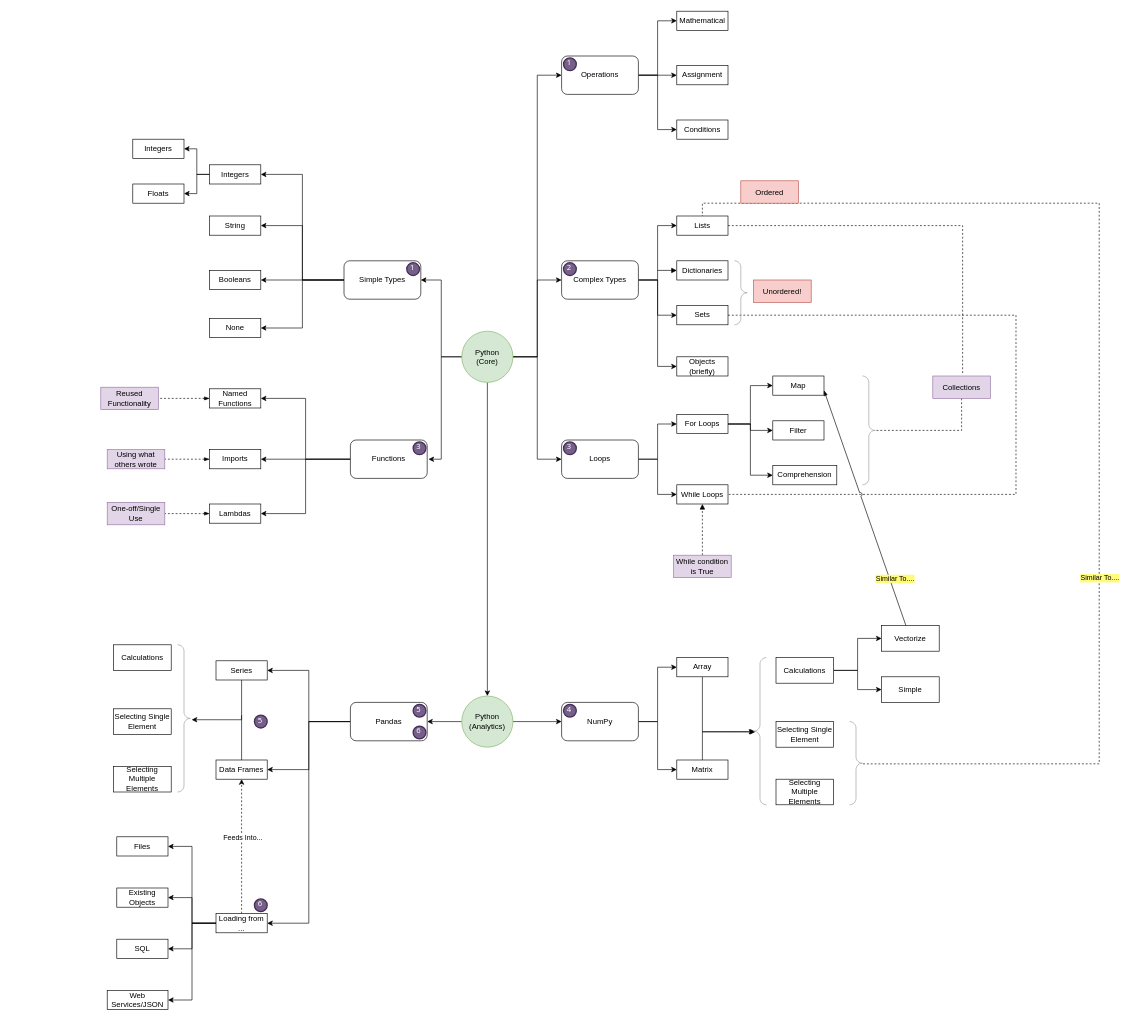
Earlier version of the draw.io diagram Notebooks/01-Core/05-Lecture.WhatCovered.drawio (TheDarkTrumpet/BAIS-6040-0EXP-Sum2021). Source tidied: cells renumbered, new cells numbered last; positions are measured from the earlier drawing's top-left corner, leaving out a move shared by most shapes. Both pictures are drawn from the tidied source at 64%, with x=0, y=0 at pixel (100, 11).
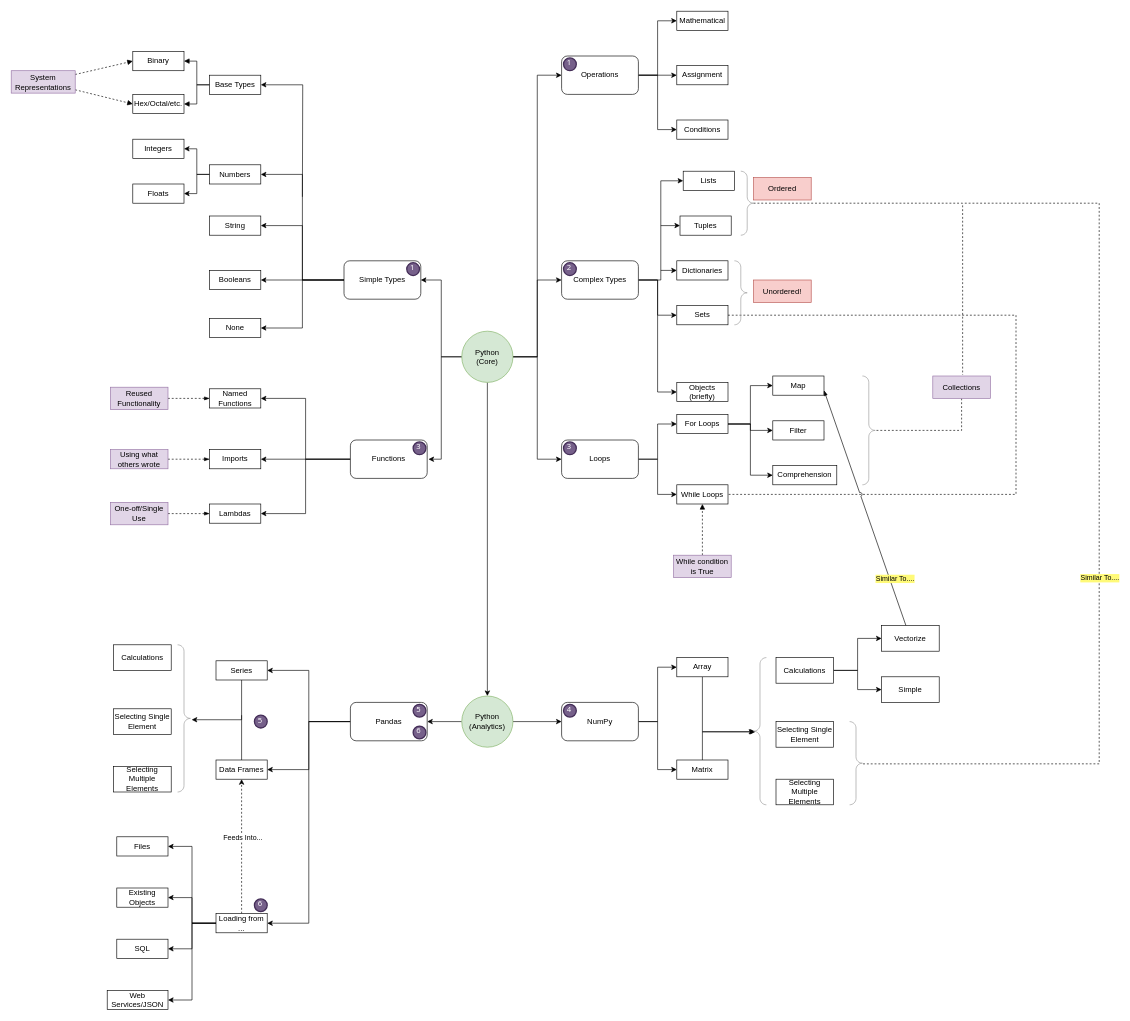
The same page after the edit.

Commit message (it also covers changes not shown here):
Updating notebook per contents from lecture 5, updated draw.io diagram to fix some issues and expand upon other concepts

The change refers to these unchanged cells:
```xml
<mxCell id="82" style="labelPosition=right;align=left;strokeWidth=1;shape=mxgraph.mockup.markup.curlyBrace;html=1;shadow=0;dashed=0;strokeColor=#999999;direction=north;rotation=-180;" parent="1" vertex="1">
  <mxGeometry x="1170" y="1110" width="20" height="130" as="geometry" />
</mxCell>
<mxCell id="120" value="Collections" style="text;html=1;strokeColor=#9673a6;fillColor=#e1d5e7;align=center;verticalAlign=middle;whiteSpace=wrap;rounded=0;" parent="1" vertex="1">
  <mxGeometry x="1300" y="570" width="90" height="35" as="geometry" />
</mxCell>
<mxCell id="124" value="Dictionaries" style="rounded=0;whiteSpace=wrap;html=1;" parent="1" vertex="1">
  <mxGeometry x="900" y="390" width="80" height="30" as="geometry" />
</mxCell>
```

Diff of the diagram source:
```diff
@@
-    <mxCell id="16" value="Integers" style="rounded=0;whiteSpace=wrap;html=1;" parent="1" vertex="1">
+    <mxCell id="16" value="Numbers" style="rounded=0;whiteSpace=wrap;html=1;" parent="1" vertex="1">
       <mxGeometry x="170" y="240" width="80" height="30" as="geometry" />
     </mxCell>
@@
     <mxCell id="26" value="Lists" style="rounded=0;whiteSpace=wrap;html=1;" parent="1" vertex="1">
-      <mxGeometry x="900" y="320" width="80" height="30" as="geometry" />
+      <mxGeometry x="910" y="250" width="80" height="30" as="geometry" />
     </mxCell>
@@
     <mxCell id="29" value="Objects (briefly)" style="rounded=0;whiteSpace=wrap;html=1;" parent="1" vertex="1">
-      <mxGeometry x="900" y="540" width="80" height="30" as="geometry" />
+      <mxGeometry x="900" y="580" width="80" height="30" as="geometry" />
     </mxCell>
@@
     <mxCell id="52" value="Reused Functionality" style="text;html=1;strokeColor=#9673a6;fillColor=#e1d5e7;align=center;verticalAlign=middle;whiteSpace=wrap;rounded=0;" parent="1" vertex="1">
-      <mxGeometry y="587.5" width="90" height="35" as="geometry" />
+      <mxGeometry x="15" y="587.5" width="90" height="35" as="geometry" />
     </mxCell>
     <mxCell id="53" value="Using what others wrote" style="text;html=1;strokeColor=#9673a6;fillColor=#e1d5e7;align=center;verticalAlign=middle;whiteSpace=wrap;rounded=0;" parent="1" vertex="1">
-      <mxGeometry x="10" y="685" width="90" height="30" as="geometry" />
+      <mxGeometry x="15" y="685" width="90" height="30" as="geometry" />
     </mxCell>
     <mxCell id="54" value="One-off/Single Use" style="text;html=1;strokeColor=#9673a6;fillColor=#e1d5e7;align=center;verticalAlign=middle;whiteSpace=wrap;rounded=0;" parent="1" vertex="1">
-      <mxGeometry x="10" y="767.5" width="90" height="35" as="geometry" />
+      <mxGeometry x="15" y="767.5" width="90" height="35" as="geometry" />
     </mxCell>
@@
-    <mxCell id="81" style="edgeStyle=orthogonalEdgeStyle;rounded=0;jumpStyle=arc;jettySize=auto;html=1;entryX=0.5;entryY=0;entryDx=0;entryDy=0;exitX=0.508;exitY=-0.05;exitDx=0;exitDy=0;exitPerimeter=0;endArrow=none;endFill=0;dashed=1;" parent="1" edge="1" source="82" target="26">
+    <mxCell id="81" style="edgeStyle=orthogonalEdgeStyle;rounded=0;jumpStyle=arc;jettySize=auto;html=1;exitX=0.508;exitY=-0.05;exitDx=0;exitDy=0;exitPerimeter=0;endArrow=none;endFill=0;dashed=1;" parent="1" edge="1" source="82">
       <mxGeometry relative="1" as="geometry">
+        <mxPoint x="1350" y="300" as="targetPoint" />
         <Array as="points">
           <mxPoint x="1560" y="1176" />
           <mxPoint x="1560" y="300" />
-          <mxPoint x="940" y="300" />
+          <mxPoint x="1350" y="300" />
         </Array>
       </mxGeometry>
     </mxCell>
@@
-    <mxCell id="121" style="edgeStyle=orthogonalEdgeStyle;rounded=0;jettySize=auto;html=1;entryX=0.518;entryY=-0.05;entryDx=0;entryDy=0;entryPerimeter=0;dashed=1;endArrow=none;endFill=0;" parent="1" edge="1" source="26" target="120">
+    <mxCell id="121" style="edgeStyle=orthogonalEdgeStyle;rounded=0;jettySize=auto;html=1;entryX=0.518;entryY=-0.05;entryDx=0;entryDy=0;entryPerimeter=0;dashed=1;endArrow=none;endFill=0;" parent="1" edge="1" source="131" target="120">
       <mxGeometry relative="1" as="geometry" />
     </mxCell>
@@
-    <mxCell id="123" style="edgeStyle=orthogonalEdgeStyle;rounded=0;jumpStyle=arc;jettySize=auto;html=1;startArrow=block;startFill=1;endArrow=none;endFill=0;" parent="1" edge="1" source="124">
-      <mxGeometry relative="1" as="geometry">
-        <mxPoint x="870" y="405" as="targetPoint" />
-      </mxGeometry>
-    </mxCell>
+    <mxCell id="128" style="edgeStyle=orthogonalEdgeStyle;rounded=0;jettySize=auto;html=1;endArrow=none;endFill=0;startArrow=classic;startFill=1;exitX=0;exitY=0.5;exitDx=0;exitDy=0;" parent="1" edge="1" source="124">
+      <mxGeometry relative="1" as="geometry">
+        <mxPoint x="875" y="405" as="targetPoint" />
+      </mxGeometry>
+    </mxCell>
@@
     <mxCell id="126" value="Ordered" style="text;html=1;strokeColor=#b85450;fillColor=#f8cecc;align=center;verticalAlign=middle;whiteSpace=wrap;rounded=0;" parent="1" vertex="1">
-      <mxGeometry x="1000" y="265" width="90" height="35" as="geometry" />
+      <mxGeometry x="1020" y="260" width="90" height="35" as="geometry" />
     </mxCell>
@@
+    <mxCell id="129" style="edgeStyle=orthogonalEdgeStyle;rounded=0;jettySize=auto;html=1;startArrow=classic;startFill=1;endArrow=none;endFill=0;exitX=0;exitY=0.5;exitDx=0;exitDy=0;" parent="1" edge="1" source="130">
+      <mxGeometry relative="1" as="geometry">
+        <mxPoint x="875" y="335" as="targetPoint" />
+      </mxGeometry>
+    </mxCell>
+    <mxCell id="130" value="Tuples" style="rounded=0;whiteSpace=wrap;html=1;" parent="1" vertex="1">
+      <mxGeometry x="905" y="320" width="80" height="30" as="geometry" />
+    </mxCell>
+    <mxCell id="131" style="labelPosition=right;align=left;strokeWidth=1;shape=mxgraph.mockup.markup.curlyBrace;html=1;shadow=0;dashed=0;strokeColor=#999999;direction=north;rotation=-180;" parent="1" vertex="1">
+      <mxGeometry x="1000" y="250" width="20" height="100" as="geometry" />
+    </mxCell>
+    <mxCell id="132" style="edgeStyle=orthogonalEdgeStyle;rounded=0;jettySize=auto;html=1;startArrow=classic;startFill=1;endArrow=none;endFill=0;exitX=1;exitY=0.5;exitDx=0;exitDy=0;" parent="1" edge="1" source="135">
+      <mxGeometry relative="1" as="geometry">
+        <mxPoint x="315" y="290" as="targetPoint" />
+      </mxGeometry>
+    </mxCell>
+    <mxCell id="133" style="edgeStyle=orthogonalEdgeStyle;rounded=0;jettySize=auto;html=1;entryX=1;entryY=0.5;entryDx=0;entryDy=0;startArrow=none;startFill=0;endArrow=block;endFill=1;" parent="1" edge="1" source="135" target="137">
+      <mxGeometry relative="1" as="geometry" />
+    </mxCell>
+    <mxCell id="134" style="edgeStyle=orthogonalEdgeStyle;rounded=0;jettySize=auto;html=1;entryX=1;entryY=0.5;entryDx=0;entryDy=0;startArrow=none;startFill=0;endArrow=block;endFill=1;" parent="1" edge="1" source="135" target="136">
+      <mxGeometry relative="1" as="geometry" />
+    </mxCell>
+    <mxCell id="135" value="Base Types" style="rounded=0;whiteSpace=wrap;html=1;" parent="1" vertex="1">
+      <mxGeometry x="170" y="100" width="80" height="30" as="geometry" />
+    </mxCell>
+    <mxCell id="136" value="Binary" style="rounded=0;whiteSpace=wrap;html=1;" parent="1" vertex="1">
+      <mxGeometry x="50" y="63" width="80" height="30" as="geometry" />
+    </mxCell>
+    <mxCell id="137" value="Hex/Octal/etc." style="rounded=0;whiteSpace=wrap;html=1;" parent="1" vertex="1">
+      <mxGeometry x="50" y="130" width="80" height="30" as="geometry" />
+    </mxCell>
+    <mxCell id="138" style="rounded=0;jettySize=auto;html=1;entryX=0;entryY=0.5;entryDx=0;entryDy=0;startArrow=none;startFill=0;endArrow=block;endFill=1;dashed=1;" parent="1" edge="1" source="140" target="136">
+      <mxGeometry relative="1" as="geometry" />
+    </mxCell>
+    <mxCell id="139" style="rounded=0;jettySize=auto;html=1;entryX=0;entryY=0.5;entryDx=0;entryDy=0;startArrow=none;startFill=0;endArrow=block;endFill=1;dashed=1;" parent="1" edge="1" source="140" target="137">
+      <mxGeometry relative="1" as="geometry" />
+    </mxCell>
+    <mxCell id="140" value="System Representations" style="text;html=1;strokeColor=#9673a6;fillColor=#e1d5e7;align=center;verticalAlign=middle;whiteSpace=wrap;rounded=0;" parent="1" vertex="1">
+      <mxGeometry x="-140" y="93" width="100" height="35" as="geometry" />
+    </mxCell>
```
